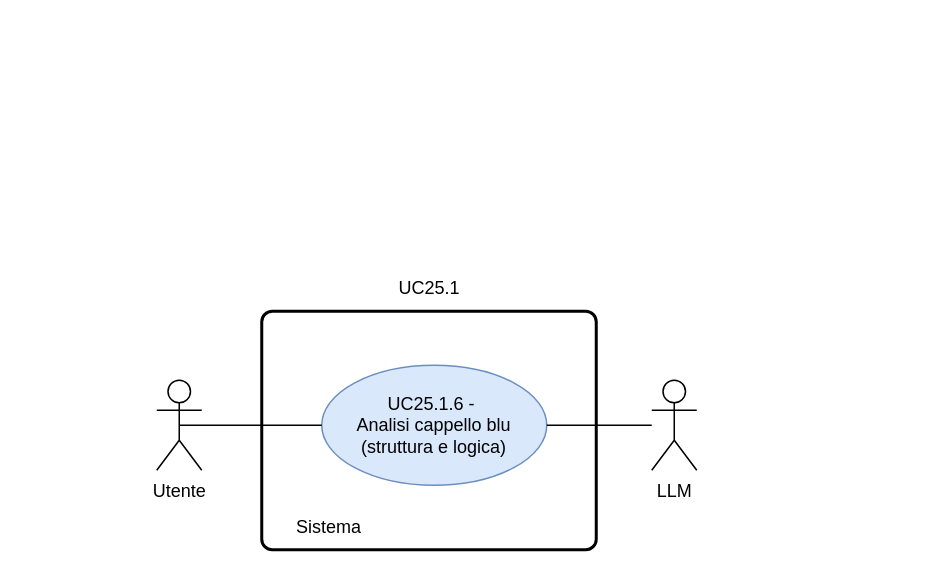
This is RTB/doc_esterna/analisi-dei-requisiti/assets/draw.io/UC25.1.6.drawio from thebitless-group-swe/thebitless.github.io, a draw.io file, before an edit. Source tidied: cells renumbered, new cells numbered last; positions are measured from the earlier drawing's top-left corner, leaving out a move shared by most shapes. Both pictures are drawn from the tidied source at 150%, with x=0, y=0 at pixel (156, 266).
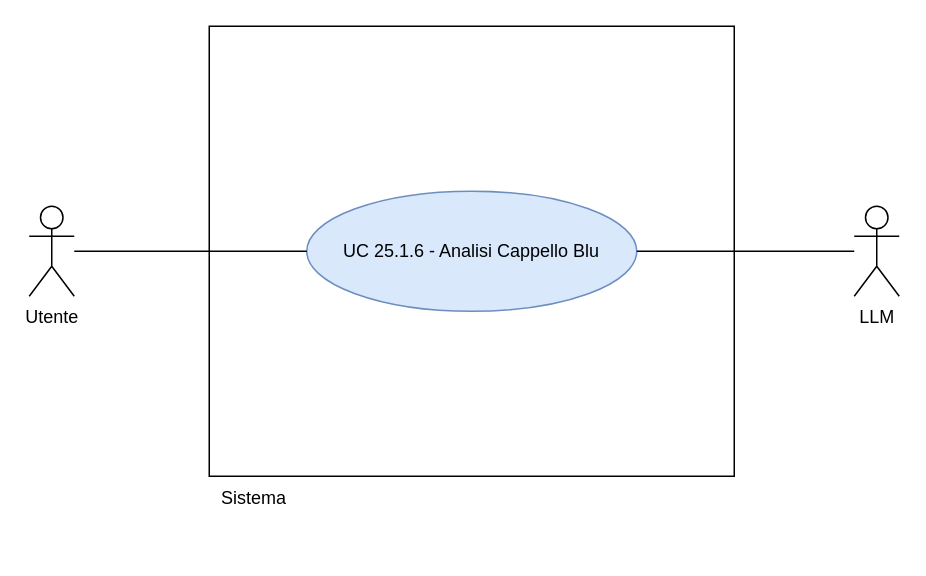
The same diagram, later.

What changed in the source:
```diff
@@
 <mxGraphModel>
   <root>
     <mxCell id="0" />
     <mxCell id="1" parent="0" />
-    <mxCell id="2" style="rounded=1;whiteSpace=wrap;html=1;absoluteArcSize=1;arcSize=14;strokeWidth=2;" parent="1" vertex="1">
-      <mxGeometry x="70" y="30" width="223" height="159" as="geometry" />
-    </mxCell>
     <mxCell id="3" value="Utente" style="shape=umlActor;verticalLabelPosition=bottom;verticalAlign=top;html=1;outlineConnect=0;" parent="1" vertex="1">
-      <mxGeometry y="76" width="30" height="60" as="geometry" />
+      <mxGeometry x="-85" y="-40" width="30" height="60" as="geometry" />
     </mxCell>
+    <mxCell id="9" value="LLM" style="shape=umlActor;verticalLabelPosition=bottom;verticalAlign=top;html=1;outlineConnect=0;" parent="1" vertex="1">
+      <mxGeometry x="465" y="-40" width="30" height="60" as="geometry" />
+    </mxCell>
+    <mxCell id="10" style="whiteSpace=wrap;html=1;" parent="1" vertex="1">
+      <mxGeometry x="35" y="-160" width="350" height="300" as="geometry" />
+    </mxCell>
     <mxCell id="4" value="Sistema" style="text;html=1;whiteSpace=wrap;strokeColor=none;fillColor=none;align=center;verticalAlign=middle;rounded=0;" parent="1" vertex="1">
-      <mxGeometry x="70" y="159" width="90" height="30" as="geometry" />
+      <mxGeometry x="35" y="140" width="60" height="30" as="geometry" />
     </mxCell>
-    <mxCell id="5" value="UC25.1.6 -&amp;nbsp;&lt;div&gt;Analisi cappello blu (struttura e logica)&lt;/div&gt;" style="ellipse;whiteSpace=wrap;html=1;fillColor=#dae8fc;strokeColor=#6c8ebf;" parent="1" vertex="1">
-      <mxGeometry x="110" y="66" width="150" height="80" as="geometry" />
-    </mxCell>
-    <mxCell id="6" style="endArrow=none;html=1;rounded=0;exitX=0.5;exitY=0.5;exitDx=0;exitDy=0;exitPerimeter=0;entryX=0;entryY=0.5;entryDx=0;entryDy=0;" parent="1" edge="1" source="3" target="5">
-      <mxGeometry relative="1" as="geometry" />
-    </mxCell>
-    <mxCell id="7" value="UC25.1" style="text;html=1;whiteSpace=wrap;strokeColor=none;fillColor=none;align=center;verticalAlign=middle;rounded=0;" parent="1" vertex="1">
-      <mxGeometry x="151.5" width="60" height="30" as="geometry" />
-    </mxCell>
-    <mxCell id="8" style="edgeStyle=orthogonalEdgeStyle;rounded=0;jettySize=auto;html=1;endArrow=none;endFill=0;" parent="1" edge="1" source="9" target="5">
-      <mxGeometry relative="1" as="geometry" />
-    </mxCell>
-    <mxCell id="9" value="LLM" style="shape=umlActor;verticalLabelPosition=bottom;verticalAlign=top;html=1;outlineConnect=0;" parent="1" vertex="1">
-      <mxGeometry x="330" y="76" width="30" height="60" as="geometry" />
-    </mxCell>
+    <mxCell id="11" value="UC 25.1.6 - Analisi Cappello Blu" style="ellipse;whiteSpace=wrap;html=1;fillColor=#dae8fc;strokeColor=#6c8ebf;" parent="1" vertex="1">
+      <mxGeometry x="100" y="-50" width="220" height="80" as="geometry" />
+    </mxCell>
+    <mxCell id="12" style="edgeStyle=none;rounded=0;jettySize=auto;html=1;endArrow=none;endFill=0;" parent="1" edge="1" source="3" target="11">
+      <mxGeometry relative="1" as="geometry" />
+    </mxCell>
+    <mxCell id="13" style="edgeStyle=none;rounded=0;jettySize=auto;html=1;endArrow=none;endFill=0;" parent="1" edge="1" source="9" target="11">
+      <mxGeometry relative="1" as="geometry" />
+    </mxCell>
   </root>
 </mxGraphModel>
```
